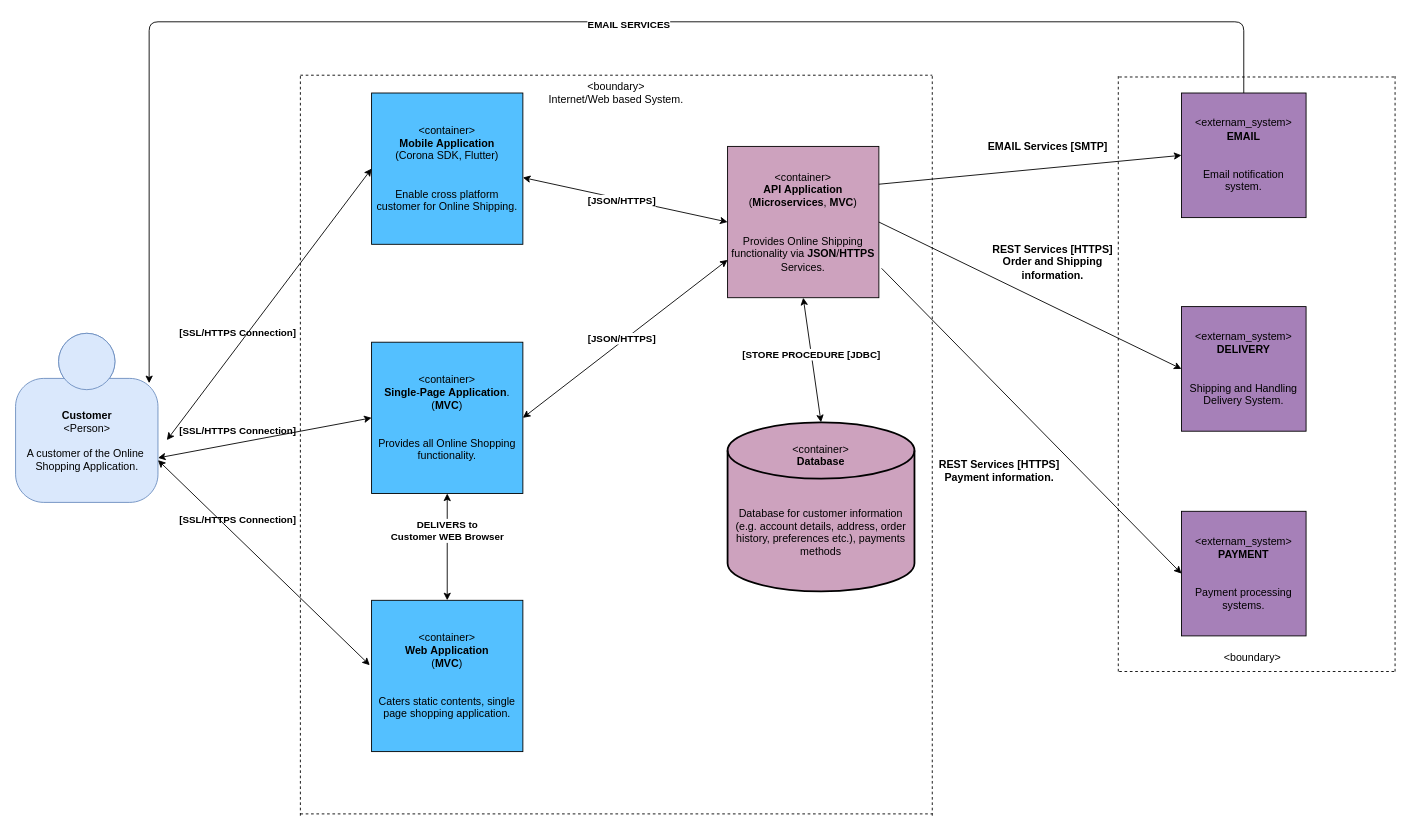
Before: project-final.drawio in singhraju/DS, a draw.io diagram. Source tidied: cells renumbered, new cells numbered last; positions are measured from the earlier drawing's top-left corner, leaving out a move shared by most shapes. Both pictures are drawn from the tidied source at 89%, with x=0, y=0 at pixel (15, 21).
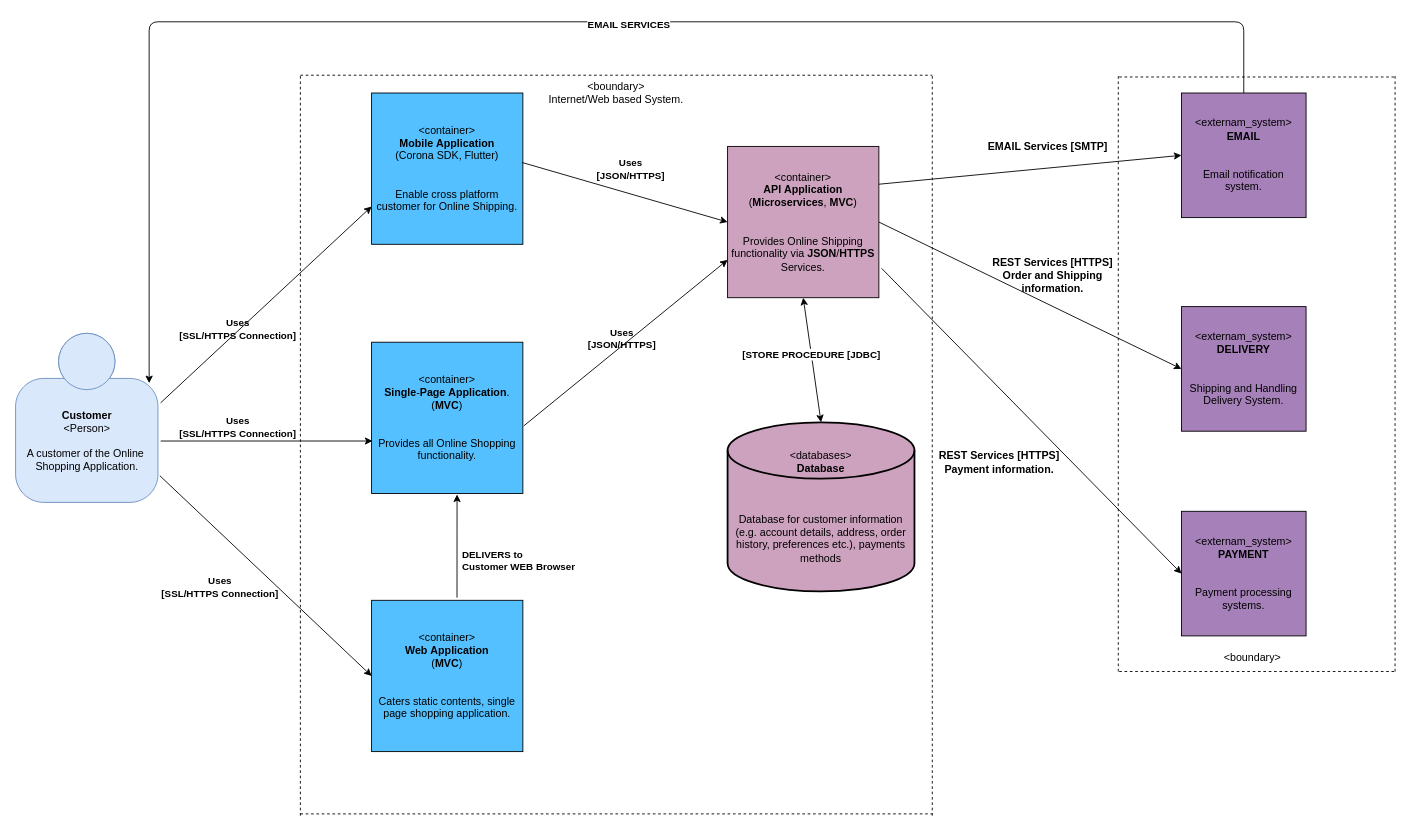
The same page after the edit.

The change refers to these unchanged cells:
```xml
<mxCell id="2" value="&lt;b&gt;Customer&lt;/b&gt;&lt;div&gt;&amp;lt;Person&amp;gt;&lt;/div&gt;&lt;br&gt;&lt;div&gt;A customer of the Online&amp;nbsp;&lt;/div&gt;&lt;div&gt;Shopping Application.&lt;/div&gt;" style="html=1;dashed=0;whitespace=wrap;fillColor=#DAE8FC;strokeColor=#6C8EBF;shape=mxgraph.c4.person;align=center;points=[[0.5,0,0],[1,0.5,0],[1,0.75,0],[0.75,1,0],[0.5,1,0],[0.25,1,0],[0,0.75,0],[0,0.5,0]];" parent="1" vertex="1">
  <mxGeometry y="350" width="160" height="190" as="geometry" />
</mxCell>
<mxCell id="6" value="&amp;lt;container&amp;gt;&lt;br&gt;&lt;b&gt;Web&lt;/b&gt; &lt;b&gt;Application&lt;/b&gt;&lt;br&gt;(&lt;b&gt;MVC&lt;/b&gt;)&lt;br&gt;&lt;br&gt;&lt;br&gt;Caters static contents, single page shopping application." style="whiteSpace=wrap;html=1;fillColor=#54C0FF;" parent="1" vertex="1">
  <mxGeometry x="400" y="650" width="170" height="170" as="geometry" />
</mxCell>
<mxCell id="7" value="&amp;lt;container&amp;gt;&lt;br&gt;&lt;b&gt;Single&lt;/b&gt;-&lt;b&gt;Page&lt;/b&gt; &lt;b&gt;Application&lt;/b&gt;.&lt;br&gt;(&lt;b&gt;MVC&lt;/b&gt;)&lt;br&gt;&lt;br&gt;&lt;br&gt;Provides all Online Shopping functionality." style="whiteSpace=wrap;html=1;fillColor=#54C0FF;" parent="1" vertex="1">
  <mxGeometry x="400" y="360" width="170" height="170" as="geometry" />
</mxCell>
<mxCell id="8" value="&amp;lt;container&amp;gt;&lt;br&gt;&lt;b&gt;Mobile&lt;/b&gt; &lt;b&gt;Application&lt;/b&gt;&lt;br&gt;(Corona SDK, Flutter)&lt;br&gt;&lt;br&gt;&lt;br&gt;Enable cross platform customer for Online Shipping." style="whiteSpace=wrap;html=1;fillColor=#54C0FF;" parent="1" vertex="1">
  <mxGeometry x="400" y="80" width="170" height="170" as="geometry" />
</mxCell>
<mxCell id="10" value="&amp;lt;container&amp;gt;&lt;br&gt;&lt;b&gt;API&lt;/b&gt; &lt;b&gt;Application&lt;/b&gt;&lt;br&gt;(&lt;b&gt;Microservices&lt;/b&gt;, &lt;b&gt;MVC&lt;/b&gt;)&lt;br&gt;&lt;br&gt;&lt;br&gt;Provides Online Shipping functionality via &lt;b&gt;JSON&lt;/b&gt;/&lt;b&gt;HTTPS&lt;/b&gt; Services." style="whiteSpace=wrap;html=1;fillColor=#CDA2BE;" parent="1" vertex="1">
  <mxGeometry x="800" y="140" width="170" height="170" as="geometry" />
</mxCell>
```

The edit, as a diff of the source:
```diff
@@
-    <mxCell id="9" value="&amp;lt;container&amp;gt;&lt;br&gt;&lt;b&gt;Database&lt;/b&gt;&lt;br&gt;&lt;br&gt;&lt;br&gt;&lt;br&gt;Database for customer information (e.g. account details, address, order history, preferences etc.), payments methods&lt;br&gt;&lt;br&gt;" style="strokeWidth=2;html=1;shape=mxgraph.flowchart.database;whiteSpace=wrap;fillColor=#CDA2BE;" parent="1" vertex="1">
+    <mxCell id="9" value="&amp;lt;databases&amp;gt;&lt;br&gt;&lt;b&gt;Database&lt;/b&gt;&lt;br&gt;&lt;br&gt;&lt;br&gt;&lt;br&gt;Database for customer information (e.g. account details, address, order history, preferences etc.), payments methods&lt;br&gt;" style="strokeWidth=2;html=1;shape=mxgraph.flowchart.database;whiteSpace=wrap;fillColor=#CDA2BE;" parent="1" vertex="1">
       <mxGeometry x="800" y="450" width="210" height="190" as="geometry" />
     </mxCell>
@@
-    <mxCell id="21" style="endArrow=classic;startArrow=classic;html=1;exitX=1;exitY=0.75;exitDx=0;exitDy=0;exitPerimeter=0;entryX=-0.012;entryY=0.429;entryDx=0;entryDy=0;entryPerimeter=0;" parent="1" edge="1" source="2" target="6">
-      <mxGeometry relative="1" as="geometry" />
-    </mxCell>
-    <mxCell id="22" style="endArrow=classic;startArrow=classic;html=1;entryX=0;entryY=0.5;entryDx=0;entryDy=0;" parent="1" edge="1" target="7">
-      <mxGeometry relative="1" as="geometry">
-        <mxPoint x="160" y="490" as="sourcePoint" />
-      </mxGeometry>
-    </mxCell>
-    <mxCell id="23" style="endArrow=classic;startArrow=classic;html=1;entryX=0;entryY=0.5;entryDx=0;entryDy=0;" parent="1" edge="1" target="8">
-      <mxGeometry relative="1" as="geometry">
-        <mxPoint x="170" y="470" as="sourcePoint" />
-      </mxGeometry>
-    </mxCell>
-    <mxCell id="24" value="&lt;b style=&quot;font-family: Helvetica; font-size: 11px; font-style: normal; font-variant-ligatures: normal; font-variant-caps: normal; letter-spacing: normal; orphans: 2; text-align: center; text-indent: 0px; text-transform: none; widows: 2; word-spacing: 0px; -webkit-text-stroke-width: 0px; text-decoration-style: initial; text-decoration-color: initial;&quot;&gt;[SSL/HTTPS Connection]&lt;/b&gt;" style="text;html=1;strokeColor=none;fillColor=none;align=center;verticalAlign=middle;whiteSpace=wrap;rounded=0;" parent="1" vertex="1">
-      <mxGeometry x="180" y="340" width="140" height="20" as="geometry" />
+    <mxCell id="24" value="&lt;b style=&quot;font-family: &amp;#34;helvetica&amp;#34; ; font-size: 11px ; font-style: normal ; letter-spacing: normal ; text-align: center ; text-indent: 0px ; text-transform: none ; word-spacing: 0px&quot;&gt;Uses&lt;br&gt;[SSL/HTTPS Connection]&lt;/b&gt;" style="text;html=1;strokeColor=none;fillColor=none;align=center;verticalAlign=middle;whiteSpace=wrap;rounded=0;" parent="1" vertex="1">
+      <mxGeometry x="180" y="330" width="140" height="30" as="geometry" />
     </mxCell>
-    <mxCell id="25" style="endArrow=classic;startArrow=classic;html=1;entryX=0;entryY=0.5;entryDx=0;entryDy=0;" parent="1" edge="1" target="10">
-      <mxGeometry relative="1" as="geometry">
-        <mxPoint x="570" y="175" as="sourcePoint" />
-      </mxGeometry>
-    </mxCell>
-    <mxCell id="26" value="&lt;b&gt;[JSON/HTTPS]&lt;/b&gt;" style="edgeLabel;html=1;align=center;verticalAlign=middle;rotation=0;" parent="25" vertex="1">
-      <mxGeometry x="-0.22" relative="1" as="geometry">
-        <mxPoint x="20.1" y="5.5" as="offset" />
-      </mxGeometry>
-    </mxCell>
-    <mxCell id="27" style="endArrow=classic;startArrow=classic;html=1;exitX=1;exitY=0.5;exitDx=0;exitDy=0;entryX=0;entryY=0.75;entryDx=0;entryDy=0;" parent="1" edge="1" source="7" target="10">
-      <mxGeometry relative="1" as="geometry" />
-    </mxCell>
-    <mxCell id="28" value="&lt;b&gt;[JSON/HTTPS]&lt;/b&gt;" style="edgeLabel;html=1;align=center;verticalAlign=middle;rotation=0;" parent="1" vertex="1">
+    <mxCell id="28" value="&lt;b&gt;Uses&lt;br&gt;[JSON/HTTPS]&lt;/b&gt;" style="edgeLabel;html=1;align=center;verticalAlign=middle;rotation=0;" parent="1" vertex="1">
       <mxGeometry x="650" y="370" as="geometry">
         <mxPoint x="30.1" y="-14.5" as="offset" />
       </mxGeometry>
     </mxCell>
-    <mxCell id="29" value="&lt;b style=&quot;font-family: Helvetica; font-size: 11px; font-style: normal; font-variant-ligatures: normal; font-variant-caps: normal; letter-spacing: normal; orphans: 2; text-align: center; text-indent: 0px; text-transform: none; widows: 2; word-spacing: 0px; -webkit-text-stroke-width: 0px; text-decoration-style: initial; text-decoration-color: initial;&quot;&gt;[SSL/HTTPS Connection]&lt;/b&gt;" style="text;html=1;strokeColor=none;fillColor=none;align=center;verticalAlign=middle;whiteSpace=wrap;rounded=0;" parent="1" vertex="1">
-      <mxGeometry x="180" y="450" width="140" height="20" as="geometry" />
-    </mxCell>
-    <mxCell id="30" value="&lt;b style=&quot;font-family: Helvetica; font-size: 11px; font-style: normal; font-variant-ligatures: normal; font-variant-caps: normal; letter-spacing: normal; orphans: 2; text-align: center; text-indent: 0px; text-transform: none; widows: 2; word-spacing: 0px; -webkit-text-stroke-width: 0px; text-decoration-style: initial; text-decoration-color: initial;&quot;&gt;[SSL/HTTPS Connection]&lt;/b&gt;" style="text;html=1;strokeColor=none;fillColor=none;align=center;verticalAlign=middle;whiteSpace=wrap;rounded=0;" parent="1" vertex="1">
-      <mxGeometry x="180" y="550" width="140" height="20" as="geometry" />
-    </mxCell>
@@
     <mxCell id="36" value="&lt;b&gt;REST Services [HTTPS]&lt;br&gt;Order and Shipping &lt;br&gt;information.&lt;br&gt;&lt;/b&gt;" style="text;html=1;align=center;verticalAlign=middle;" parent="1" vertex="1">
-      <mxGeometry x="1090" y="245" width="150" height="50" as="geometry" />
+      <mxGeometry x="1090" y="260" width="150" height="50" as="geometry" />
     </mxCell>
@@
     <mxCell id="38" value="&lt;b&gt;REST Services [HTTPS]&lt;br&gt;Payment information.&lt;br&gt;&lt;/b&gt;" style="text;html=1;align=center;verticalAlign=middle;" parent="1" vertex="1">
-      <mxGeometry x="1030" y="490" width="150" height="30" as="geometry" />
+      <mxGeometry x="1030" y="480" width="150" height="30" as="geometry" />
     </mxCell>
@@
-    <mxCell id="41" style="endArrow=classic;startArrow=classic;html=1;exitX=0.5;exitY=0;exitDx=0;exitDy=0;entryX=0.5;entryY=1;entryDx=0;entryDy=0;" parent="1" edge="1" source="6" target="7">
-      <mxGeometry relative="1" as="geometry" />
-    </mxCell>
+    <mxCell id="43" style="endArrow=classic;html=1;exitX=1.019;exitY=0.411;exitDx=0;exitDy=0;exitPerimeter=0;entryX=0;entryY=0.75;entryDx=0;entryDy=0;" parent="1" edge="1">
+      <mxGeometry relative="1" as="geometry">
+        <mxPoint x="163" y="428.1" as="sourcePoint" />
+        <mxPoint x="400" y="207.5" as="targetPoint" />
+      </mxGeometry>
+    </mxCell>
+    <mxCell id="44" style="endArrow=classic;html=1;exitX=1.019;exitY=0.637;exitDx=0;exitDy=0;exitPerimeter=0;entryX=0.006;entryY=0.653;entryDx=0;entryDy=0;entryPerimeter=0;" parent="1" edge="1" source="2" target="7">
+      <mxGeometry relative="1" as="geometry" />
+    </mxCell>
+    <mxCell id="45" value="&lt;b style=&quot;font-family: &amp;#34;helvetica&amp;#34; ; font-size: 11px ; font-style: normal ; letter-spacing: normal ; text-align: center ; text-indent: 0px ; text-transform: none ; word-spacing: 0px&quot;&gt;Uses&lt;br&gt;[SSL/HTTPS Connection]&lt;/b&gt;" style="text;html=1;strokeColor=none;fillColor=none;align=center;verticalAlign=middle;whiteSpace=wrap;rounded=0;" parent="1" vertex="1">
+      <mxGeometry x="180" y="440" width="140" height="30" as="geometry" />
+    </mxCell>
+    <mxCell id="46" value="&lt;b style=&quot;font-family: &amp;#34;helvetica&amp;#34; ; font-size: 11px ; font-style: normal ; letter-spacing: normal ; text-align: center ; text-indent: 0px ; text-transform: none ; word-spacing: 0px&quot;&gt;Uses&lt;br&gt;[SSL/HTTPS Connection]&lt;/b&gt;" style="text;html=1;strokeColor=none;fillColor=none;align=center;verticalAlign=middle;whiteSpace=wrap;rounded=0;" parent="1" vertex="1">
+      <mxGeometry x="160" y="620" width="140" height="30" as="geometry" />
+    </mxCell>
+    <mxCell id="21" style="endArrow=classic;html=1;exitX=1.013;exitY=0.842;exitDx=0;exitDy=0;exitPerimeter=0;entryX=0;entryY=0.5;entryDx=0;entryDy=0;" parent="1" edge="1" source="2" target="6">
+      <mxGeometry relative="1" as="geometry" />
+    </mxCell>
+    <mxCell id="47" style="endArrow=classic;html=1;entryX=0.565;entryY=1.006;entryDx=0;entryDy=0;entryPerimeter=0;" parent="1" edge="1" target="7">
+      <mxGeometry relative="1" as="geometry">
+        <mxPoint x="496" y="647" as="sourcePoint" />
+      </mxGeometry>
+    </mxCell>
-    <mxCell id="42" value="&lt;b&gt;DELIVERS to&lt;br&gt;Customer WEB Browser&lt;/b&gt;" style="edgeLabel;html=1;align=center;verticalAlign=middle;" parent="41" vertex="1">
-      <mxGeometry x="0.32" y="1" relative="1" as="geometry" />
+    <mxCell id="42" value="&lt;b style=&quot;font-family: Helvetica; font-size: 11px; font-style: normal; font-variant-ligatures: normal; font-variant-caps: normal; letter-spacing: normal; orphans: 2; text-align: center; text-indent: 0px; text-transform: none; widows: 2; word-spacing: 0px; -webkit-text-stroke-width: 0px; text-decoration-style: initial; text-decoration-color: initial;&quot;&gt;DELIVERS to&lt;br&gt;Customer WEB Browser&lt;/b&gt;" style="text;whiteSpace=wrap;html=1;" parent="1" vertex="1">
+      <mxGeometry x="500" y="585" width="150" height="50" as="geometry" />
     </mxCell>
+    <mxCell id="27" style="endArrow=classic;html=1;exitX=1.006;exitY=0.553;exitDx=0;exitDy=0;exitPerimeter=0;entryX=0;entryY=0.75;entryDx=0;entryDy=0;" parent="1" edge="1" source="7" target="10">
+      <mxGeometry relative="1" as="geometry" />
+    </mxCell>
+    <mxCell id="48" style="endArrow=classic;html=1;exitX=0.994;exitY=0.459;exitDx=0;exitDy=0;exitPerimeter=0;entryX=0;entryY=0.5;entryDx=0;entryDy=0;" parent="1" edge="1" source="8" target="10">
+      <mxGeometry relative="1" as="geometry" />
+    </mxCell>
+    <mxCell id="49" value="&lt;b&gt;Uses&lt;br&gt;[JSON/HTTPS]&lt;/b&gt;" style="edgeLabel;html=1;align=center;verticalAlign=middle;rotation=0;" parent="1" vertex="1">
+      <mxGeometry x="660" y="180" as="geometry">
+        <mxPoint x="30.1" y="-14.5" as="offset" />
+      </mxGeometry>
+    </mxCell>
```
